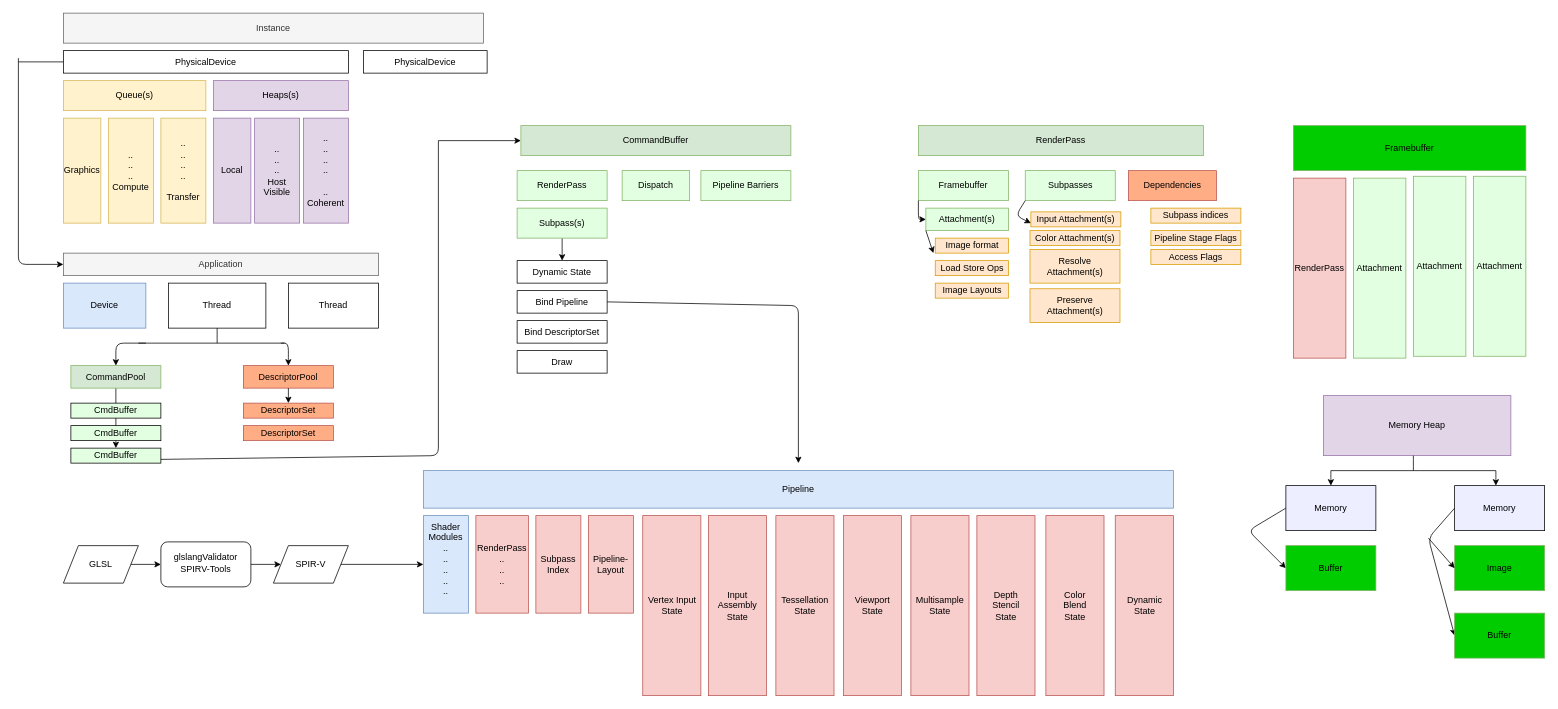
This is 002_Vulkan_API_training/drawio_api_study/vulkan_api.dio from YoungHaKim7/rust_gui_vulkan_trainning, a draw.io file, before an edit. Source tidied: cells renumbered, new cells numbered last; positions are measured from the earlier drawing's top-left corner, leaving out a move shared by most shapes. Both pictures are drawn from the tidied source at 75%, with x=0, y=0 at pixel (18, 13).
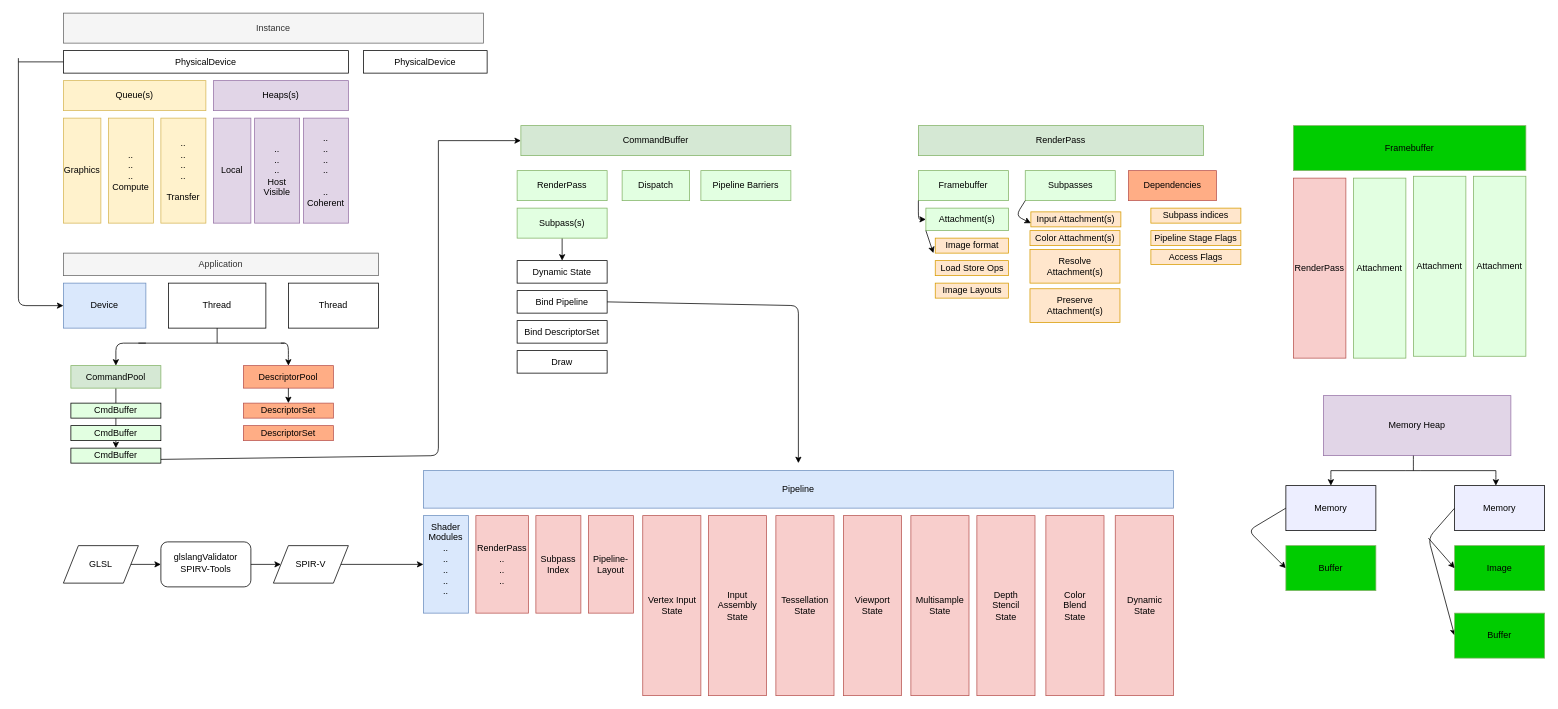
Above is the later version.

Commit message (it also covers changes not shown here):
Vulkan API 공부 4

The change refers to these unchanged cells:
```xml
<mxCell id="13" value="Application" style="rounded=0;whiteSpace=wrap;html=1;fillColor=#f5f5f5;fontColor=#333333;strokeColor=#666666;" parent="1" vertex="1">
  <mxGeometry x="60" y="320" width="420" height="30" as="geometry" />
</mxCell>
<mxCell id="14" value="Device" style="rounded=0;whiteSpace=wrap;html=1;fillColor=#dae8fc;strokeColor=#6c8ebf;" parent="1" vertex="1">
  <mxGeometry x="60" y="360" width="110" height="60" as="geometry" />
</mxCell>
```

Change to the diagram source:
```diff
@@
-    <mxCell id="58" style="endArrow=classic;html=1;entryX=0;entryY=0.5;entryDx=0;entryDy=0;" parent="1" edge="1" target="13">
+    <mxCell id="58" style="endArrow=classic;html=1;entryX=0;entryY=0.5;entryDx=0;entryDy=0;" parent="1" edge="1" target="14">
       <mxGeometry relative="1" as="geometry">
         <mxPoint y="60" as="sourcePoint" />
         <Array as="points">
-          <mxPoint y="335" />
+          <mxPoint y="390" />
         </Array>
       </mxGeometry>
     </mxCell>
```
